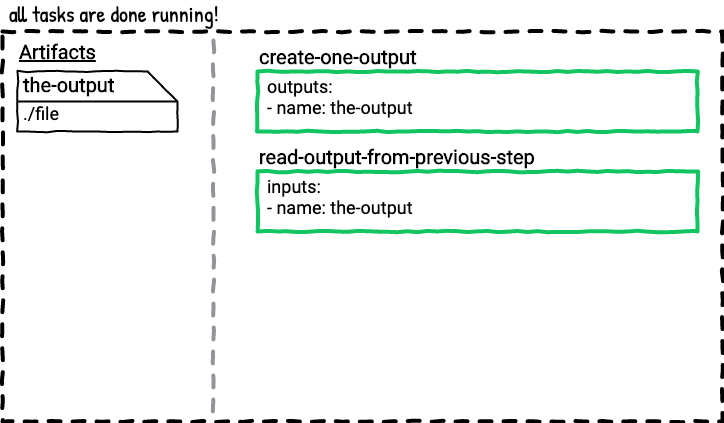
The draw.io diagram tasks-inputs-101/diagrams/example-one/04.png in taylorsilva/posts, before a commit. Source tidied: cells renumbered, new cells last; positions are measured from the earlier drawing's top-left corner, leaving out a move shared by most shapes.
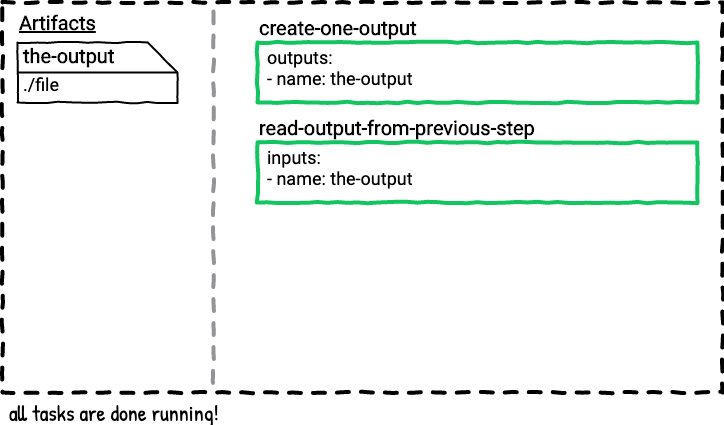
Above is the later version.

The edit, as a diff of the source:
```diff
@@ -3,7 +3,7 @@
     <mxCell id="0" />
     <mxCell id="1" value="Untitled Layer" parent="0" />
     <mxCell id="2" value="all tasks are done running!" style="text;html=1;strokeColor=none;fillColor=none;align=left;verticalAlign=middle;whiteSpace=wrap;rounded=0;comic=1;fontFamily=Patrick Hand;FType=g;fontSize=22;" parent="1" vertex="1">
-      <mxGeometry x="5" width="710" height="20" as="geometry" />
+      <mxGeometry x="5" y="428" width="710" height="20" as="geometry" />
     </mxCell>
     <mxCell id="3" value="Artifacts" style="text;html=1;strokeColor=none;fillColor=none;align=left;verticalAlign=middle;whiteSpace=wrap;rounded=0;comic=1;fontStyle=5;fontFamily=Roboto;FType=g;fontSize=20;" parent="1" vertex="1">
       <mxGeometry x="15" y="38" width="90" height="20" as="geometry" />
@@ -43,7 +43,7 @@
     <mxCell id="14" value="inputs:&lt;br&gt;- name: the-output" style="text;strokeColor=none;fillColor=none;align=left;verticalAlign=top;rounded=0;comic=1;fontFamily=Roboto;fontSize=18;spacing=0;labelPosition=center;verticalLabelPosition=middle;html=1;" parent="12" vertex="1">
       <mxGeometry x="10" width="270" height="60" as="geometry" />
     </mxCell>
-    <mxCell id="15" style="whiteSpace=wrap;html=1;dashed=1;strokeWidth=4;comic=1;fillColor=none;spacing=2;" parent="1" vertex="1">
+    <mxCell id="15" style="whiteSpace=wrap;html=1;dashed=1;strokeWidth=4;comic=1;fillColor=none;spacing=2;labelPosition=center;verticalLabelPosition=top;align=left;verticalAlign=bottom;fontFamily=Roboto;fontStyle=1;fontSize=23;" parent="1" vertex="1">
       <mxGeometry y="28" width="720" height="390" as="geometry" />
     </mxCell>
     <mxCell id="16" style="endArrow=none;dashed=1;html=1;strokeWidth=4;comic=1;anchorPointDirection=0;exitX=0.293;exitY=0;exitDx=0;exitDy=0;exitPerimeter=0;strokeColor=#929497;" parent="1" edge="1">
```
